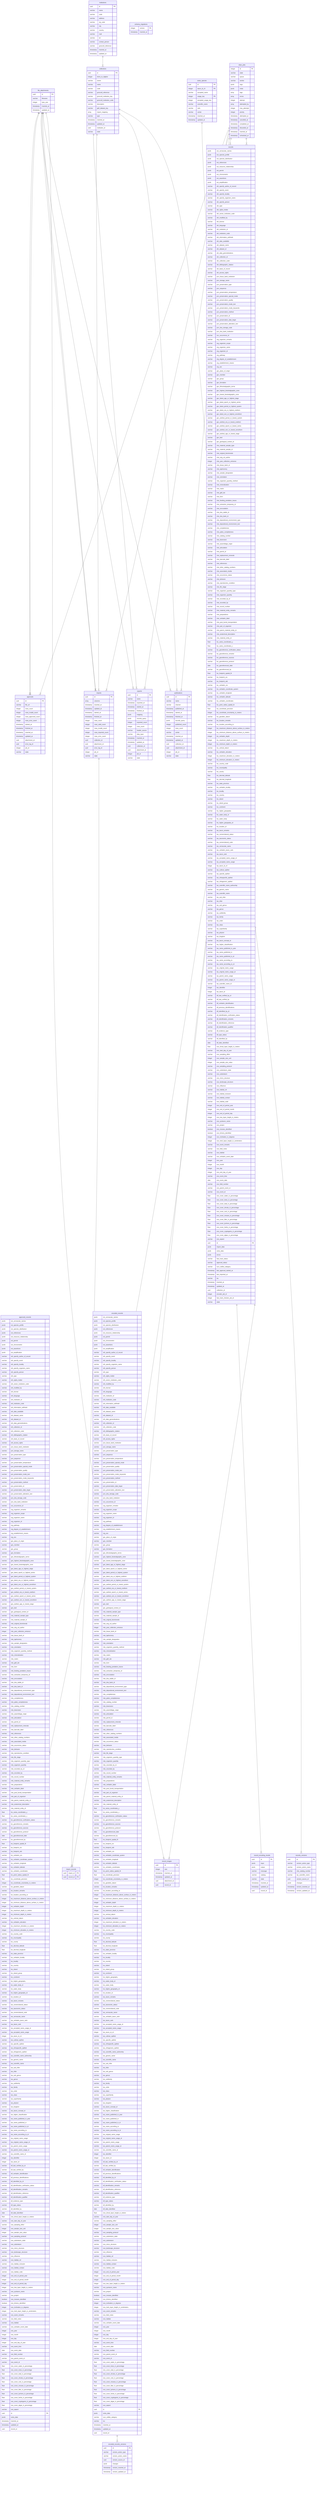
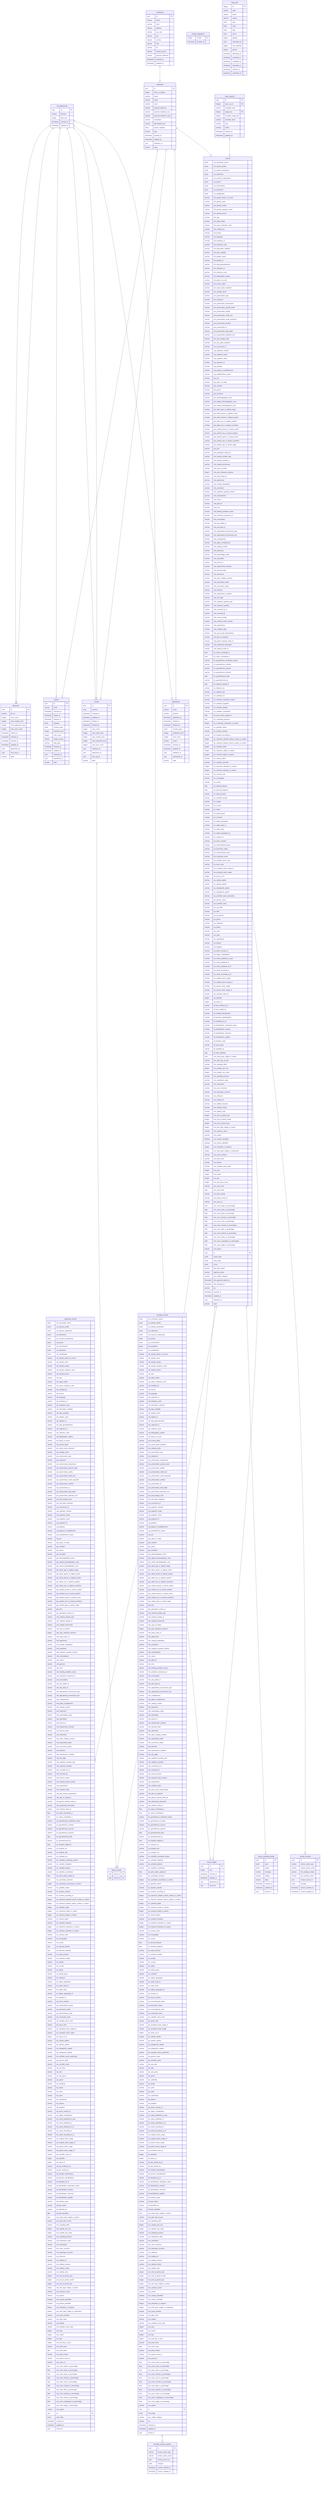
erDiagram
  file_attachments {
    uuid id PK
    varchar filename
    integer byte_size
    timestamp inserted_at
    timestamp updated_at
  }
  institutions {
    uuid id PK
    varchar name
    varchar code
    varchar address
    varchar zip_code
    varchar city
    varchar country
    varchar mail
    varchar tel
    varchar contact_person
    varchar grscicoll_reference
    timestamp inserted_at
    timestamp updated_at
  }
  approvals {
    uuid id PK
    varchar file_url
    integer rows_count
    integer rows_invalid_count
    integer rows_approved_count
    integer rows_error_count
    timestamp started_at
    timestamp finished_at
    timestamp inserted_at
    timestamp updated_at
    uuid attachment_id
    uuid error_log_id
-     integer job_id
    varchar state
  }
  approved_records {
    jsonb ext_vernacular_names
    jsonb ext_species_profile
    jsonb ext_species_distribution
    jsonb ext_references
    jsonb ext_resource_relationship
    jsonb ext_permit
    jsonb ext_chronometric
    jsonb ext_assertions
    jsonb ext_amplification
    varchar oth_specify_author_of_record
    varchar oth_specify_event
    varchar oth_specify_locality
    varchar oth_specify_organism_name
    varchar oth_specify_person
    varchar oth_type
    varchar oth_rights_holder
    varchar oth_owner_institution_code
    varchar oth_modified_by
    varchar oth_license
    varchar oth_language
    varchar oth_institution_id
    varchar oth_institution_code
    varchar oth_information_withheld
    varchar oth_date_available
    varchar oth_dataset_name
    varchar oth_dataset_id
    varchar oth_data_generalizations
    varchar oth_collection_id
    varchar oth_collection_code
    varchar oth_bibliographic_citation
    varchar oth_basis_of_record
    varchar oth_access_rights
    varchar pvn_tissue_bank_institution
    varchar pvn_storage_name
    varchar pvn_preservation_type
    varchar pvn_sequence
    varchar pvn_preservation_temperature
    varchar pvn_preservation_special_mode
    varchar pvn_preservation_quality
    varchar pvn_preservation_mode_text
    varchar pvn_preservation_mode_keywords
    varchar pvn_preservation_method
    varchar pvn_preservation_id
    varchar pvn_preservation_date_begin
    varchar pvn_preservation_alteration_text
    varchar pvn_dna_storage_code
    varchar pvn_dna_bank_institution
    varchar occ_occurrence_id
    varchar org_organism_remarks
    varchar org_organism_scope
    varchar org_organism_name
    varchar org_organism_id
    varchar org_pathway
    varchar org_degree_of_establishment
    varchar org_establishment_means
    varchar org_sex
    varchar gec_place_of_origin
    varchar gec_member
    varchar gec_group
    varchar gec_formation
    varchar gec_lithostratigraphic_terms
    varchar gec_highest_biostratigraphic_zone
    varchar gec_lowest_biostratigraphic_zone
    varchar gec_latest_age_or_highest_stage
    varchar gec_latest_epoch_or_highest_series
    varchar gec_latest_period_or_highest_system
    varchar gec_latest_era_or_highest_erathem
    varchar gec_latest_eon_or_highest_eonothem
    varchar gec_earliest_period_or_lowest_system
    varchar gec_earliest_era_or_lowest_erathem
    varchar gec_earliest_epoch_or_lowest_series
    varchar gec_earliest_eon_or_lowest_eonothem
    varchar gec_earliest_age_or_lowest_stage
    varchar gec_bed
    varchar gec_geological_context_id
    varchar mts_material_sample_type
    varchar mts_material_sample_id
    varchar mte_original_biominerals
    varchar mte_orig_col_author
    integer mte_year_collection_entrance
    varchar mte_tissue_bank_id
    varchar mte_taphonomy
    varchar mte_sample_designation
    varchar mte_orientation
    varchar mte_organism_quantity_method
    varchar mte_mineralization
    varchar mte_matrix
    varchar mte_gbif_doi
    varchar mte_form
    varchar mte_feeding_predation_traces
    varchar mte_extraction_temporary_id
    varchar mte_encrustation
    varchar mte_dna_stable_id
    varchar mte_dna_bank_id
    varchar mte_depositional_environment_type
    varchar mte_depositional_environment_text
    varchar mte_completeness
    varchar mte_paleo_completeness
    varchar mte_catalog_number
    varchar mte_bioerosion
    varchar mte_assemblage_origin
    varchar mte_articulation
    varchar mte_permit_id
    varchar mte_replacement_minerals
    varchar mte_barcode_label
    varchar mte_references
    varchar mte_other_catalog_numbers
    varchar mte_associated_media
    varchar mte_occurrence_status
    varchar mte_behavior
    varchar mte_reproductive_condition
    varchar mte_life_stage
    varchar mte_organism_quantity_type
    varchar mte_organism_quantity
    varchar mte_recorded_by_id
    varchar mte_recorded_by
    varchar mte_record_number
    varchar mte_material_entity_remarks
    varchar mte_preparations
    varchar mte_verbatim_label
    varchar mte_post_burial_transportation
    varchar mte_part_of_organism
    varchar mte_parent_material_entity_id
    varchar mte_anatomical_description
    varchar mte_material_entity_id
    float loc_swiss_coordinates_y
    float loc_swiss_coordinates_x
    varchar loc_georeference_verification_status
    varchar loc_georeference_remarks
    varchar loc_georeference_sources
    varchar loc_georeference_protocol
    date loc_georeferenced_date
    varchar loc_georeferenced_by
    float loc_footprint_spatial_fit
    varchar loc_footprint_srs
    varchar loc_footprint_wkt
    varchar loc_verbatim_srs
    varchar loc_verbatim_coordinate_system
    varchar loc_verbatim_longitude
    varchar loc_verbatim_latitude
    varchar loc_verbatim_coordinates
    float loc_point_radius_spatial_fit
    float loc_coordinate_precision
    integer loc_coordinate_uncertainty_in_meters
    varchar loc_geodetic_datum
    varchar loc_location_remarks
    varchar loc_location_according_to
    integer loc_maximum_distance_above_surface_in_meters
    integer loc_minimum_distance_above_surface_in_meters
    integer loc_verbatim_depth
    integer loc_maximum_depth_in_meters
    integer loc_minimum_depth_in_meters
    varchar loc_vertical_datum
    varchar loc_verbatim_elevation
    integer loc_maximum_elevation_in_meters
    integer loc_minimum_elevation_in_meters
    varchar loc_country_code
    varchar loc_municipality
    varchar loc_county
    float loc_decimal_latitude
    float loc_decimal_longitude
    varchar loc_state_province
    varchar loc_verbatim_locality
    varchar loc_locality
    varchar loc_country
    varchar loc_island
    varchar loc_island_group
    varchar loc_continent
    varchar loc_higher_geography
    varchar loc_water_body_id
    varchar loc_water_body
    varchar loc_higher_geography_id
    varchar loc_location_id
    varchar tax_taxon_remarks
    varchar tax_nomenclatural_status
    varchar tax_taxonomic_status
    varchar tax_nomenclatural_code
    varchar tax_vernacular_name
    varchar tax_verbatim_taxon_rank
    varchar tax_taxon_rank
    varchar tax_accepted_name_usage_id
    varchar tax_accepted_name_usage
    integer tax_taxon_id_ch
    varchar tax_cultivar_epithet
    varchar tax_specific_epithet
    varchar tax_infraspecific_epithet
    varchar tax_infrageneric_epithet
    varchar tax_scientific_name_authorship
    varchar tax_generic_name
    varchar tax_scientific_name
    varchar tax_sub_tribe
    varchar tax_tribe
    varchar tax_sub_genus
    varchar tax_genus
    varchar tax_subfamily
    varchar tax_family
    varchar tax_order
    varchar tax_class
    varchar tax_superfamily
    varchar tax_phylum
    varchar tax_kingdom
    varchar tax_taxon_concept_id
    varchar tax_higher_classification
    varchar tax_name_published_in_year
    varchar tax_name_published_in
    varchar tax_name_published_in_id
    varchar tax_name_according_to
    varchar tax_name_according_to_id
    varchar tax_original_name_usage
    varchar tax_original_name_usage_id
    varchar tax_parent_name_usage
    varchar tax_parent_name_usage_id
    varchar tax_scientific_name_id
    integer tax_identifier
    integer tax_taxon_id
    varchar idf_last_verified_by_id
    varchar idf_last_verified_by
    varchar idf_verbatim_identification
    varchar idf_previous_identifications
    varchar idf_identified_by_id
    varchar idf_identification_verification_status
    varchar idf_identification_remarks
    varchar idf_identification_reference
    varchar idf_identification_qualifier
    varchar idf_evidence_type
    varchar idf_type_status
    varchar idf_identified_by
    date idf_date_identified
    float eve_shrub_layer_height_in_meters
    varchar eve_start_day_of_year
    varchar eve_sampling_effort
    integer eve_sample_size_unit
    integer eve_sample_size_value
    varchar eve_sampling_protocol
    varchar eve_substratum_state
    varchar eve_substratum
    varchar eve_micro_structure
    varchar eve_landscape_structure
    varchar eve_influence
    varchar eve_habitat_ref
    varchar eve_habitat_inclusion
    varchar eve_habitat_contact
    varchar eve_habitat_code
    integer eve_end_of_period_year
    integer eve_end_of_period_month
    integer eve_end_of_period_day
    integer eve_tree_layer_height_in_meters
    varchar eve_syntaxon_name
    varchar eve_project
    boolean eve_mosses_identified
    boolean eve_lichens_identified
    integer eve_inclination_in_degrees
    integer eve_herb_layer_height_in_centimeters
    varchar eve_event_remarks
    varchar eve_field_notes
    varchar eve_habitat
    varchar eve_verbatim_event_date
    integer eve_year
    integer eve_month
    integer eve_day
    integer eve_end_day_of_year
    varchar eve_event_time
    date eve_event_date
    varchar eve_field_number
    varchar eve_parent_event_id
    varchar eve_event_id
    float eve_cover_water_in_percentage
    float eve_cover_trees_in_percentage
    float eve_cover_total_in_percentage
    float eve_cover_shrubs_in_percentage
    float eve_cover_rock_in_percentage
    float eve_cover_mosses_in_percentage
    float eve_cover_litter_in_percentage
    float eve_cover_lychens_in_percentage
    float eve_cover_herbs_in_percentage
    float eve_cover_cryptogams_in_percentage
    float eve_cover_algae_in_percentage
    varchar eve_aspect
    uuid id PK
    jsonb extra_data
    timestamp inserted_at
    timestamp updated_at
    uuid record_id
  }
  collections {
    uuid id PK
    integer items_to_digitize
    varchar owner
    varchar name
    varchar code
    varchar grscicoll_reference
    varchar grscicoll_institution_key
    varchar grscicoll_institution_code
    varchar description
    varchar gbif_dataset_key
    array import_mapping
    varchar type
    timestamp inserted_at
    timestamp updated_at
    uuid institution_id
    varchar state
  }
  encoded_records {
    jsonb ext_vernacular_names
    jsonb ext_species_profile
    jsonb ext_species_distribution
    jsonb ext_references
    jsonb ext_resource_relationship
    jsonb ext_permit
    jsonb ext_chronometric
    jsonb ext_assertions
    jsonb ext_amplification
    varchar oth_specify_author_of_record
    varchar oth_specify_event
    varchar oth_specify_locality
    varchar oth_specify_organism_name
    varchar oth_specify_person
    varchar oth_type
    varchar oth_rights_holder
    varchar oth_owner_institution_code
    varchar oth_modified_by
    varchar oth_license
    varchar oth_language
    varchar oth_institution_id
    varchar oth_institution_code
    varchar oth_information_withheld
    varchar oth_date_available
    varchar oth_dataset_name
    varchar oth_dataset_id
    varchar oth_data_generalizations
    varchar oth_collection_id
    varchar oth_collection_code
    varchar oth_bibliographic_citation
    varchar oth_basis_of_record
    varchar oth_access_rights
    varchar pvn_tissue_bank_institution
    varchar pvn_storage_name
    varchar pvn_preservation_type
    varchar pvn_sequence
    varchar pvn_preservation_temperature
    varchar pvn_preservation_special_mode
    varchar pvn_preservation_quality
    varchar pvn_preservation_mode_text
    varchar pvn_preservation_mode_keywords
    varchar pvn_preservation_method
    varchar pvn_preservation_id
    varchar pvn_preservation_date_begin
    varchar pvn_preservation_alteration_text
    varchar pvn_dna_storage_code
    varchar pvn_dna_bank_institution
    varchar occ_occurrence_id
    varchar org_organism_remarks
    varchar org_organism_scope
    varchar org_organism_name
    varchar org_organism_id
    varchar org_pathway
    varchar org_degree_of_establishment
    varchar org_establishment_means
    varchar org_sex
    varchar gec_place_of_origin
    varchar gec_member
    varchar gec_group
    varchar gec_formation
    varchar gec_lithostratigraphic_terms
    varchar gec_highest_biostratigraphic_zone
    varchar gec_lowest_biostratigraphic_zone
    varchar gec_latest_age_or_highest_stage
    varchar gec_latest_epoch_or_highest_series
    varchar gec_latest_period_or_highest_system
    varchar gec_latest_era_or_highest_erathem
    varchar gec_latest_eon_or_highest_eonothem
    varchar gec_earliest_period_or_lowest_system
    varchar gec_earliest_era_or_lowest_erathem
    varchar gec_earliest_epoch_or_lowest_series
    varchar gec_earliest_eon_or_lowest_eonothem
    varchar gec_earliest_age_or_lowest_stage
    varchar gec_bed
    varchar gec_geological_context_id
    varchar mts_material_sample_type
    varchar mts_material_sample_id
    varchar mte_original_biominerals
    varchar mte_orig_col_author
    integer mte_year_collection_entrance
    varchar mte_tissue_bank_id
    varchar mte_taphonomy
    varchar mte_sample_designation
    varchar mte_orientation
    varchar mte_organism_quantity_method
    varchar mte_mineralization
    varchar mte_matrix
    varchar mte_gbif_doi
    varchar mte_form
    varchar mte_feeding_predation_traces
    varchar mte_extraction_temporary_id
    varchar mte_encrustation
    varchar mte_dna_stable_id
    varchar mte_dna_bank_id
    varchar mte_depositional_environment_type
    varchar mte_depositional_environment_text
    varchar mte_completeness
    varchar mte_paleo_completeness
    varchar mte_catalog_number
    varchar mte_bioerosion
    varchar mte_assemblage_origin
    varchar mte_articulation
    varchar mte_permit_id
    varchar mte_replacement_minerals
    varchar mte_barcode_label
    varchar mte_references
    varchar mte_other_catalog_numbers
    varchar mte_associated_media
    varchar mte_occurrence_status
    varchar mte_behavior
    varchar mte_reproductive_condition
    varchar mte_life_stage
    varchar mte_organism_quantity_type
    varchar mte_organism_quantity
    varchar mte_recorded_by_id
    varchar mte_recorded_by
    varchar mte_record_number
    varchar mte_material_entity_remarks
    varchar mte_preparations
    varchar mte_verbatim_label
    varchar mte_post_burial_transportation
    varchar mte_part_of_organism
    varchar mte_parent_material_entity_id
    varchar mte_anatomical_description
    varchar mte_material_entity_id
    float loc_swiss_coordinates_y
    float loc_swiss_coordinates_x
    varchar loc_georeference_verification_status
    varchar loc_georeference_remarks
    varchar loc_georeference_sources
    varchar loc_georeference_protocol
    date loc_georeferenced_date
    varchar loc_georeferenced_by
    float loc_footprint_spatial_fit
    varchar loc_footprint_srs
    varchar loc_footprint_wkt
    varchar loc_verbatim_srs
    varchar loc_verbatim_coordinate_system
    varchar loc_verbatim_longitude
    varchar loc_verbatim_latitude
    varchar loc_verbatim_coordinates
    float loc_point_radius_spatial_fit
    float loc_coordinate_precision
    integer loc_coordinate_uncertainty_in_meters
    varchar loc_geodetic_datum
    varchar loc_location_remarks
    varchar loc_location_according_to
    integer loc_maximum_distance_above_surface_in_meters
    integer loc_minimum_distance_above_surface_in_meters
    integer loc_verbatim_depth
    integer loc_maximum_depth_in_meters
    integer loc_minimum_depth_in_meters
    varchar loc_vertical_datum
    varchar loc_verbatim_elevation
    integer loc_maximum_elevation_in_meters
    integer loc_minimum_elevation_in_meters
    varchar loc_country_code
    varchar loc_municipality
    varchar loc_county
    float loc_decimal_latitude
    float loc_decimal_longitude
    varchar loc_state_province
    varchar loc_verbatim_locality
    varchar loc_locality
    varchar loc_country
    varchar loc_island
    varchar loc_island_group
    varchar loc_continent
    varchar loc_higher_geography
    varchar loc_water_body_id
    varchar loc_water_body
    varchar loc_higher_geography_id
    varchar loc_location_id
    varchar tax_taxon_remarks
    varchar tax_nomenclatural_status
    varchar tax_taxonomic_status
    varchar tax_nomenclatural_code
    varchar tax_vernacular_name
    varchar tax_verbatim_taxon_rank
    varchar tax_taxon_rank
    varchar tax_accepted_name_usage_id
    varchar tax_accepted_name_usage
    integer tax_taxon_id_ch
    varchar tax_cultivar_epithet
    varchar tax_specific_epithet
    varchar tax_infraspecific_epithet
    varchar tax_infrageneric_epithet
    varchar tax_scientific_name_authorship
    varchar tax_generic_name
    varchar tax_scientific_name
    varchar tax_sub_tribe
    varchar tax_tribe
    varchar tax_sub_genus
    varchar tax_genus
    varchar tax_subfamily
    varchar tax_family
    varchar tax_order
    varchar tax_class
    varchar tax_superfamily
    varchar tax_phylum
    varchar tax_kingdom
    varchar tax_taxon_concept_id
    varchar tax_higher_classification
    varchar tax_name_published_in_year
    varchar tax_name_published_in
    varchar tax_name_published_in_id
    varchar tax_name_according_to
    varchar tax_name_according_to_id
    varchar tax_original_name_usage
    varchar tax_original_name_usage_id
    varchar tax_parent_name_usage
    varchar tax_parent_name_usage_id
    varchar tax_scientific_name_id
    integer tax_identifier
    integer tax_taxon_id
    varchar idf_last_verified_by_id
    varchar idf_last_verified_by
    varchar idf_verbatim_identification
    varchar idf_previous_identifications
    varchar idf_identified_by_id
    varchar idf_identification_verification_status
    varchar idf_identification_remarks
    varchar idf_identification_reference
    varchar idf_identification_qualifier
    varchar idf_evidence_type
    varchar idf_type_status
    varchar idf_identified_by
    date idf_date_identified
    float eve_shrub_layer_height_in_meters
    varchar eve_start_day_of_year
    varchar eve_sampling_effort
    integer eve_sample_size_unit
    integer eve_sample_size_value
    varchar eve_sampling_protocol
    varchar eve_substratum_state
    varchar eve_substratum
    varchar eve_micro_structure
    varchar eve_landscape_structure
    varchar eve_influence
    varchar eve_habitat_ref
    varchar eve_habitat_inclusion
    varchar eve_habitat_contact
    varchar eve_habitat_code
    integer eve_end_of_period_year
    integer eve_end_of_period_month
    integer eve_end_of_period_day
    integer eve_tree_layer_height_in_meters
    varchar eve_syntaxon_name
    varchar eve_project
    boolean eve_mosses_identified
    boolean eve_lichens_identified
    integer eve_inclination_in_degrees
    integer eve_herb_layer_height_in_centimeters
    varchar eve_event_remarks
    varchar eve_field_notes
    varchar eve_habitat
    varchar eve_verbatim_event_date
    integer eve_year
    integer eve_month
    integer eve_day
    integer eve_end_day_of_year
    varchar eve_event_time
    date eve_event_date
    varchar eve_field_number
    varchar eve_parent_event_id
    varchar eve_event_id
    float eve_cover_water_in_percentage
    float eve_cover_trees_in_percentage
    float eve_cover_total_in_percentage
    float eve_cover_shrubs_in_percentage
    float eve_cover_rock_in_percentage
    float eve_cover_mosses_in_percentage
    float eve_cover_litter_in_percentage
    float eve_cover_lychens_in_percentage
    float eve_cover_herbs_in_percentage
    float eve_cover_cryptogams_in_percentage
    float eve_cover_algae_in_percentage
    varchar eve_aspect
    uuid id PK
    jsonb extra_data
    varchar iucn_redlist_category
    varchar tsv
    timestamp inserted_at
    timestamp updated_at
    uuid record_id
  }
  encoded_records_versions {
    uuid id PK
    varchar version_action_type
    varchar version_action_name
    uuid version_source_id
    jsonb changes
    timestamp version_inserted_at
    timestamp version_updated_at
  }
  record_encoding_results {
    uuid id PK
    jsonb input
    jsonb output
    varchar message
    varchar catalog
    varchar state
    timestamp inserted_at
    timestamp updated_at
    uuid record_id
  }
  exports {
    uuid id PK
    varchar name
    timestamp exported_at
    timestamp started_at
    timestamp finished_at
    jsonb mapping
    jsonb records_query
    integer exported_count
    integer rows_count
    varchar header_source
    varchar data_layer
    timestamp inserted_at
    timestamp updated_at
    uuid collection_id
    uuid attachment_id
-     integer job_id
    varchar state
  }
  imports {
    uuid id PK
    array columns
    timestamp inserted_at
    timestamp updated_at
    timestamp started_at
    timestamp finished_at
    integer rows_count
    integer rows_valid_count
    integer rows_invalid_count
    integer rows_imported_count
    integer rows_error_count
    uuid collection_id
    uuid attachment_id
    uuid error_log_id
-     integer job_id
    varchar state
  }
  import_records {
    uuid import_id PK
    uuid record_id PK
  }
  publications {
    uuid id PK
    varchar name
    varchar channel
    timestamp published_at
    timestamp started_at
    timestamp finished_at
    jsonb records_query
    integer published_count
    integer rows_count
    varchar center
    timestamp inserted_at
    timestamp updated_at
    uuid collection_id
    uuid attachment_id
-     integer job_id
    varchar state
  }
  records {
    jsonb ext_vernacular_names
    jsonb ext_species_profile
    jsonb ext_species_distribution
    jsonb ext_references
    jsonb ext_resource_relationship
    jsonb ext_permit
    jsonb ext_chronometric
    jsonb ext_assertions
    jsonb ext_amplification
    varchar oth_specify_author_of_record
    varchar oth_specify_event
    varchar oth_specify_locality
    varchar oth_specify_organism_name
    varchar oth_specify_person
    varchar oth_type
    varchar oth_rights_holder
    varchar oth_owner_institution_code
    varchar oth_modified_by
    varchar oth_license
    varchar oth_language
    varchar oth_institution_id
    varchar oth_institution_code
    varchar oth_information_withheld
    varchar oth_date_available
    varchar oth_dataset_name
    varchar oth_dataset_id
    varchar oth_data_generalizations
    varchar oth_collection_id
    varchar oth_collection_code
    varchar oth_bibliographic_citation
    varchar oth_basis_of_record
    varchar oth_access_rights
    varchar pvn_tissue_bank_institution
    varchar pvn_storage_name
    varchar pvn_preservation_type
    varchar pvn_sequence
    varchar pvn_preservation_temperature
    varchar pvn_preservation_special_mode
    varchar pvn_preservation_quality
    varchar pvn_preservation_mode_text
    varchar pvn_preservation_mode_keywords
    varchar pvn_preservation_method
    varchar pvn_preservation_id
    varchar pvn_preservation_date_begin
    varchar pvn_preservation_alteration_text
    varchar pvn_dna_storage_code
    varchar pvn_dna_bank_institution
    varchar occ_occurrence_id
    varchar org_organism_remarks
    varchar org_organism_scope
    varchar org_organism_name
    varchar org_organism_id
    varchar org_pathway
    varchar org_degree_of_establishment
    varchar org_establishment_means
    varchar org_sex
    varchar gec_place_of_origin
    varchar gec_member
    varchar gec_group
    varchar gec_formation
    varchar gec_lithostratigraphic_terms
    varchar gec_highest_biostratigraphic_zone
    varchar gec_lowest_biostratigraphic_zone
    varchar gec_latest_age_or_highest_stage
    varchar gec_latest_epoch_or_highest_series
    varchar gec_latest_period_or_highest_system
    varchar gec_latest_era_or_highest_erathem
    varchar gec_latest_eon_or_highest_eonothem
    varchar gec_earliest_period_or_lowest_system
    varchar gec_earliest_era_or_lowest_erathem
    varchar gec_earliest_epoch_or_lowest_series
    varchar gec_earliest_eon_or_lowest_eonothem
    varchar gec_earliest_age_or_lowest_stage
    varchar gec_bed
    varchar gec_geological_context_id
    varchar mts_material_sample_type
    varchar mts_material_sample_id
    varchar mte_original_biominerals
    varchar mte_orig_col_author
    integer mte_year_collection_entrance
    varchar mte_tissue_bank_id
    varchar mte_taphonomy
    varchar mte_sample_designation
    varchar mte_orientation
    varchar mte_organism_quantity_method
    varchar mte_mineralization
    varchar mte_matrix
    varchar mte_gbif_doi
    varchar mte_form
    varchar mte_feeding_predation_traces
    varchar mte_extraction_temporary_id
    varchar mte_encrustation
    varchar mte_dna_stable_id
    varchar mte_dna_bank_id
    varchar mte_depositional_environment_type
    varchar mte_depositional_environment_text
    varchar mte_completeness
    varchar mte_paleo_completeness
    varchar mte_catalog_number
    varchar mte_bioerosion
    varchar mte_assemblage_origin
    varchar mte_articulation
    varchar mte_permit_id
    varchar mte_replacement_minerals
    varchar mte_barcode_label
    varchar mte_references
    varchar mte_other_catalog_numbers
    varchar mte_associated_media
    varchar mte_occurrence_status
    varchar mte_behavior
    varchar mte_reproductive_condition
    varchar mte_life_stage
    varchar mte_organism_quantity_type
    varchar mte_organism_quantity
    varchar mte_recorded_by_id
    varchar mte_recorded_by
    varchar mte_record_number
    varchar mte_material_entity_remarks
    varchar mte_preparations
    varchar mte_verbatim_label
    varchar mte_post_burial_transportation
    varchar mte_part_of_organism
    varchar mte_parent_material_entity_id
    varchar mte_anatomical_description
    varchar mte_material_entity_id
    float loc_swiss_coordinates_y
    float loc_swiss_coordinates_x
    varchar loc_georeference_verification_status
    varchar loc_georeference_remarks
    varchar loc_georeference_sources
    varchar loc_georeference_protocol
    date loc_georeferenced_date
    varchar loc_georeferenced_by
    float loc_footprint_spatial_fit
    varchar loc_footprint_srs
    varchar loc_footprint_wkt
    varchar loc_verbatim_srs
    varchar loc_verbatim_coordinate_system
    varchar loc_verbatim_longitude
    varchar loc_verbatim_latitude
    varchar loc_verbatim_coordinates
    float loc_point_radius_spatial_fit
    float loc_coordinate_precision
    integer loc_coordinate_uncertainty_in_meters
    varchar loc_geodetic_datum
    varchar loc_location_remarks
    varchar loc_location_according_to
    integer loc_maximum_distance_above_surface_in_meters
    integer loc_minimum_distance_above_surface_in_meters
    integer loc_verbatim_depth
    integer loc_maximum_depth_in_meters
    integer loc_minimum_depth_in_meters
    varchar loc_vertical_datum
    varchar loc_verbatim_elevation
    integer loc_maximum_elevation_in_meters
    integer loc_minimum_elevation_in_meters
    varchar loc_country_code
    varchar loc_municipality
    varchar loc_county
    float loc_decimal_latitude
    float loc_decimal_longitude
    varchar loc_state_province
    varchar loc_verbatim_locality
    varchar loc_locality
    varchar loc_country
    varchar loc_island
    varchar loc_island_group
    varchar loc_continent
    varchar loc_higher_geography
    varchar loc_water_body_id
    varchar loc_water_body
    varchar loc_higher_geography_id
    varchar loc_location_id
    varchar tax_taxon_remarks
    varchar tax_nomenclatural_status
    varchar tax_taxonomic_status
    varchar tax_nomenclatural_code
    varchar tax_vernacular_name
    varchar tax_verbatim_taxon_rank
    varchar tax_taxon_rank
    varchar tax_accepted_name_usage_id
    varchar tax_accepted_name_usage
    integer tax_taxon_id_ch
    varchar tax_cultivar_epithet
    varchar tax_specific_epithet
    varchar tax_infraspecific_epithet
    varchar tax_infrageneric_epithet
    varchar tax_scientific_name_authorship
    varchar tax_generic_name
    varchar tax_scientific_name
    varchar tax_sub_tribe
    varchar tax_tribe
    varchar tax_sub_genus
    varchar tax_genus
    varchar tax_subfamily
    varchar tax_family
    varchar tax_order
    varchar tax_class
    varchar tax_superfamily
    varchar tax_phylum
    varchar tax_kingdom
    varchar tax_taxon_concept_id
    varchar tax_higher_classification
    varchar tax_name_published_in_year
    varchar tax_name_published_in
    varchar tax_name_published_in_id
    varchar tax_name_according_to
    varchar tax_name_according_to_id
    varchar tax_original_name_usage
    varchar tax_original_name_usage_id
    varchar tax_parent_name_usage
    varchar tax_parent_name_usage_id
    varchar tax_scientific_name_id
    integer tax_identifier
    integer tax_taxon_id
    varchar idf_last_verified_by_id
    varchar idf_last_verified_by
    varchar idf_verbatim_identification
    varchar idf_previous_identifications
    varchar idf_identified_by_id
    varchar idf_identification_verification_status
    varchar idf_identification_remarks
    varchar idf_identification_reference
    varchar idf_identification_qualifier
    varchar idf_evidence_type
    varchar idf_type_status
    varchar idf_identified_by
    date idf_date_identified
    float eve_shrub_layer_height_in_meters
    varchar eve_start_day_of_year
    varchar eve_sampling_effort
    integer eve_sample_size_unit
    integer eve_sample_size_value
    varchar eve_sampling_protocol
    varchar eve_substratum_state
    varchar eve_substratum
    varchar eve_micro_structure
    varchar eve_landscape_structure
    varchar eve_influence
    varchar eve_habitat_ref
    varchar eve_habitat_inclusion
    varchar eve_habitat_contact
    varchar eve_habitat_code
    integer eve_end_of_period_year
    integer eve_end_of_period_month
    integer eve_end_of_period_day
    integer eve_tree_layer_height_in_meters
    varchar eve_syntaxon_name
    varchar eve_project
    boolean eve_mosses_identified
    boolean eve_lichens_identified
    integer eve_inclination_in_degrees
    integer eve_herb_layer_height_in_centimeters
    varchar eve_event_remarks
    varchar eve_field_notes
    varchar eve_habitat
    varchar eve_verbatim_event_date
    integer eve_year
    integer eve_month
    integer eve_day
    integer eve_end_day_of_year
    varchar eve_event_time
    date eve_event_date
    varchar eve_field_number
    varchar eve_parent_event_id
    varchar eve_event_id
    float eve_cover_water_in_percentage
    float eve_cover_trees_in_percentage
    float eve_cover_total_in_percentage
    float eve_cover_shrubs_in_percentage
    float eve_cover_rock_in_percentage
    float eve_cover_mosses_in_percentage
    float eve_cover_litter_in_percentage
    float eve_cover_lychens_in_percentage
    float eve_cover_herbs_in_percentage
    float eve_cover_cryptogams_in_percentage
    float eve_cover_algae_in_percentage
    varchar eve_aspect
    uuid id PK
    jsonb import_data
    jsonb extra_data
    jsonb errors
    varchar fast_track_status
    varchar approval_status
    varchar iucn_redlist_category
    timestamp last_approval_started_at
    timestamp last_imported_at
    varchar tsv
    timestamp inserted_at
    timestamp updated_at
    uuid collection_id
-     integer encoder_job_id
-     integer fast_track_checker_job_id
    varchar state
  }
  record_images {
    uuid id PK
    integer size
    timestamp inserted_at
    timestamp updated_at
    uuid attachment_id
    uuid record_id
  }
  records_versions {
    uuid id PK
    varchar version_action_type
    varchar version_action_name
    varchar mte_catalog_number
    varchar tax_scientific_name
    uuid version_source_id
    jsonb changes
    timestamp version_inserted_at
    timestamp version_updated_at
  }
  swiss_species {
    uuid id PK
    integer taxon_id_ch PK
    varchar accepted_name
    integer usage_key PK
    integer accepted_usage_key
    varchar scientific_name
    varchar rank
    varchar center
    timestamp inserted_at
    timestamp updated_at
  }
  schema_migrations {
    integer version PK
    timestamp inserted_at
  }
  oban_jobs {
    integer id PK
    varchar state
    varchar queue
    varchar worker
    jsonb args
    jsonb meta
    array tags
    array errors
    integer attempt
    array attempted_by
    integer max_attempts
    integer priority
    timestamp attempted_at
    timestamp cancelled_at
    timestamp completed_at
    timestamp discarded_at
    timestamp inserted_at
    timestamp scheduled_at
  }
  collections ||--|{ exports : ""
  collections ||--|{ imports : ""
  collections ||--|{ publications : ""
  collections ||--|{ records : ""
  encoded_records ||--|{ encoded_records_versions : ""
  file_attachments ||--|{ approvals : ""
  file_attachments ||--|{ approvals : ""
  file_attachments ||--|{ exports : ""
  file_attachments ||--|{ imports : ""
  file_attachments ||--|{ imports : ""
  file_attachments ||--|{ publications : ""
  file_attachments ||--|{ record_images : ""
  imports ||--|{ import_records : ""
  institutions ||--|{ collections : ""
-   oban_jobs ||--|{ approvals : ""
-   oban_jobs ||--|{ exports : ""
-   oban_jobs ||--|{ imports : ""
-   oban_jobs ||--|{ publications : ""
-   oban_jobs ||--|{ records : ""
-   oban_jobs ||--|{ records : ""
  records ||--|{ approved_records : ""
  records ||--o| encoded_records : ""
  records ||--|{ import_records : ""
  records ||--|{ record_encoding_results : ""
  records ||--|{ record_images : ""
  records ||--|{ records_versions : ""
  swiss_species ||--|{ records : ""
